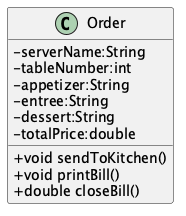
The PlantUML diagram chapter-4-classes/images/OrderDiagram.png in timmcmichael/skimpy-oop, before a commit.
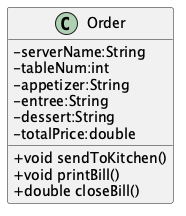
Above is the later version.

The edit, as a diff of the source:
```diff
@@ -2,7 +2,7 @@
 skinparam classAttributeIconSize 0
 class Order {
    -serverName:String
-   -tableNumber:int
+   -tableNum:int
    -appetizer:String
    -entree:String
    -dessert:String
```
